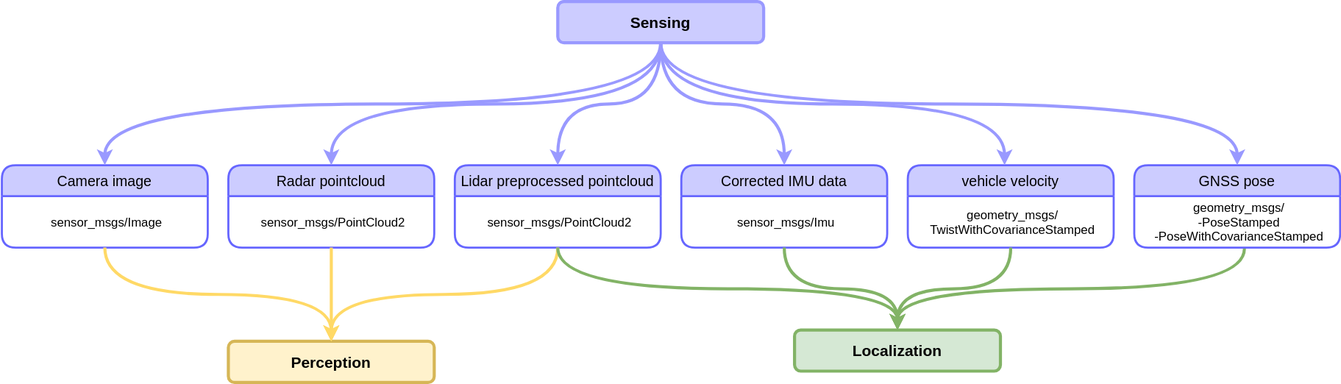
autowarefoundation/autoware-documentation keeps this draw.io diagram as docs/design/autoware-interfaces/components/images/Sensing-Bus-ODD-Architecture.drawio.svg. Above is the earlier version. Source tidied: cells renumbered, new cells last; positions are measured from the earlier drawing's top-left corner, leaving out a move shared by most shapes.
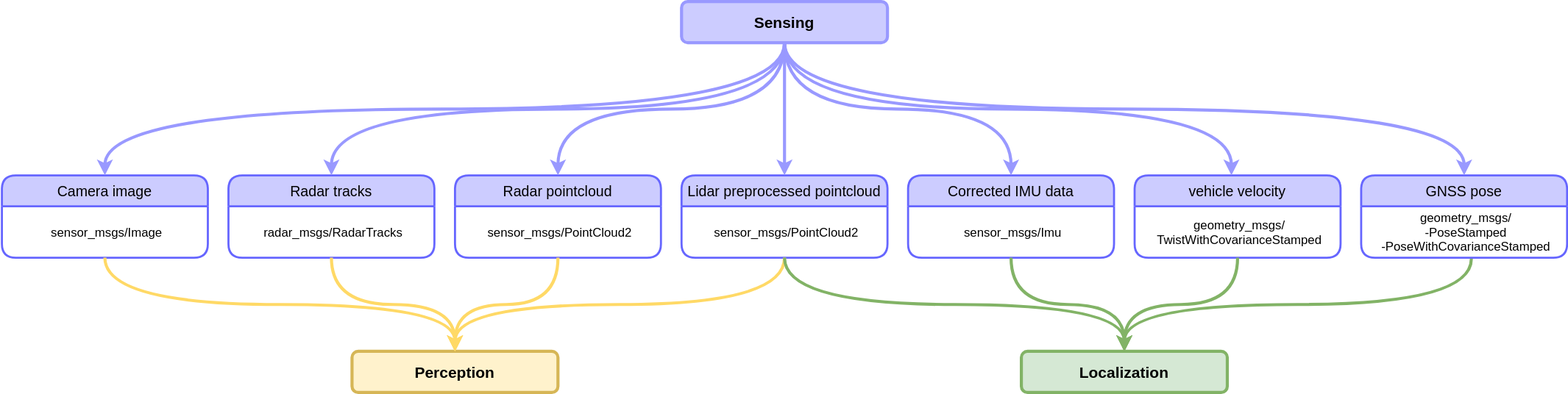
Above is the later version.

Commit message:
docs(design/autoware-interfaces): add radar tracks

What changed in the source:
```diff
@@ -3,7 +3,7 @@
     <mxCell id="0" />
     <mxCell id="1" parent="0" />
     <mxCell id="2" value="Sensing" style="rounded=1;whiteSpace=wrap;html=1;fontSize=15;fontStyle=1;strokeColor=#9999FF;strokeWidth=3;fillColor=#CCCCFF;" parent="1" vertex="1">
-      <mxGeometry x="540" width="200" height="40" as="geometry" />
+      <mxGeometry x="440" y="-10" width="200" height="40" as="geometry" />
     </mxCell>
     <mxCell id="3" value="Lidar preprocessed pointcloud" style="swimlane;horizontal=1;startSize=30;rounded=1;fontSize=14;fontStyle=0;strokeWidth=2;shadow=0;dashed=0;align=center;fillColor=#CCCCFF;strokeColor=#6666FF;" parent="1" vertex="1">
       <mxGeometry x="440" y="159" width="200" height="80" as="geometry" />
@@ -42,10 +42,10 @@
       <mxGeometry relative="1" as="geometry" />
     </mxCell>
     <mxCell id="15" value="Localization" style="rounded=1;whiteSpace=wrap;html=1;strokeColor=#82b366;strokeWidth=3;fillColor=#d5e8d4;fontStyle=1;fontSize=15;" parent="1" vertex="1">
-      <mxGeometry x="770" y="319" width="200" height="40" as="geometry" />
+      <mxGeometry x="770" y="330" width="200" height="40" as="geometry" />
     </mxCell>
     <mxCell id="16" value="Perception" style="rounded=1;whiteSpace=wrap;html=1;fillColor=#fff2cc;strokeColor=#d6b656;fontSize=15;fontStyle=1;strokeWidth=3;" parent="1" vertex="1">
-      <mxGeometry x="220" y="330" width="200" height="40" as="geometry" />
+      <mxGeometry x="120" y="330" width="200" height="40" as="geometry" />
     </mxCell>
     <mxCell id="17" style="edgeStyle=orthogonalEdgeStyle;curved=1;jettySize=auto;html=1;fontSize=15;strokeWidth=3;fillColor=#FFD966;strokeColor=#FFD966;exitX=0.5;exitY=1;exitDx=0;exitDy=0;entryX=0.5;entryY=0;entryDx=0;entryDy=0;" parent="1" edge="1" source="4" target="16">
       <mxGeometry relative="1" as="geometry" />
@@ -59,10 +59,10 @@
     <mxCell id="20" style="edgeStyle=orthogonalEdgeStyle;curved=1;jettySize=auto;html=1;entryX=0.5;entryY=0;entryDx=0;entryDy=0;fontSize=15;strokeWidth=3;fillColor=#d5e8d4;strokeColor=#82b366;exitX=0.5;exitY=1;exitDx=0;exitDy=0;" parent="1" edge="1" source="9" target="15">
       <mxGeometry relative="1" as="geometry" />
     </mxCell>
-    <mxCell id="21" value="Camera image" style="swimlane;horizontal=1;startSize=30;rounded=1;fontSize=14;fontStyle=0;strokeWidth=2;shadow=0;dashed=0;align=center;fillColor=#CCCCFF;strokeColor=#6666FF;" parent="1" vertex="1">
+    <mxCell id="21" value="Radar tracks" style="swimlane;horizontal=1;startSize=30;rounded=1;fontSize=14;fontStyle=0;strokeWidth=2;shadow=0;dashed=0;align=center;fillColor=#CCCCFF;strokeColor=#6666FF;" parent="1" vertex="1">
       <mxGeometry y="159" width="200" height="80" as="geometry" />
     </mxCell>
-    <mxCell id="22" value="sensor_msgs/Image" style="align=center;strokeColor=none;fillColor=none;spacingLeft=4;fontSize=12;verticalAlign=middle;" parent="21" vertex="1">
+    <mxCell id="22" value="radar_msgs/RadarTracks" style="align=center;strokeColor=none;fillColor=none;spacingLeft=4;fontSize=12;verticalAlign=middle;" parent="21" vertex="1">
       <mxGeometry y="30" width="200" height="50" as="geometry" />
     </mxCell>
     <mxCell id="23" style="edgeStyle=orthogonalEdgeStyle;curved=1;jettySize=auto;html=1;entryX=0.5;entryY=0;entryDx=0;entryDy=0;fontSize=15;strokeWidth=3;exitX=0.5;exitY=1;exitDx=0;exitDy=0;fillColor=#b0e3e6;strokeColor=#9999FF;" parent="1" edge="1" source="2" target="21">
@@ -86,5 +86,17 @@
     <mxCell id="29" style="edgeStyle=orthogonalEdgeStyle;curved=1;jettySize=auto;html=1;entryX=0.5;entryY=0;entryDx=0;entryDy=0;fontSize=15;strokeWidth=3;fillColor=#d5e8d4;strokeColor=#82b366;exitX=0.5;exitY=1;exitDx=0;exitDy=0;" parent="1" edge="1" source="4" target="15">
       <mxGeometry relative="1" as="geometry" />
     </mxCell>
+    <mxCell id="30" value="Camera image" style="swimlane;horizontal=1;startSize=30;rounded=1;fontSize=14;fontStyle=0;strokeWidth=2;shadow=0;dashed=0;align=center;fillColor=#CCCCFF;strokeColor=#6666FF;" parent="1" vertex="1">
+      <mxGeometry x="-220" y="159" width="200" height="80" as="geometry" />
+    </mxCell>
+    <mxCell id="31" value="sensor_msgs/Image" style="align=center;strokeColor=none;fillColor=none;spacingLeft=4;fontSize=12;verticalAlign=middle;" parent="30" vertex="1">
+      <mxGeometry y="30" width="200" height="50" as="geometry" />
+    </mxCell>
+    <mxCell id="32" style="edgeStyle=orthogonalEdgeStyle;curved=1;jettySize=auto;html=1;entryX=0.5;entryY=0;entryDx=0;entryDy=0;fontSize=15;strokeWidth=3;exitX=0.5;exitY=1;exitDx=0;exitDy=0;fillColor=#b0e3e6;strokeColor=#9999FF;" parent="1" edge="1" source="2" target="30">
+      <mxGeometry relative="1" as="geometry" />
+    </mxCell>
+    <mxCell id="33" style="edgeStyle=orthogonalEdgeStyle;curved=1;jettySize=auto;html=1;fontSize=15;strokeWidth=3;fillColor=#FFD966;strokeColor=#FFD966;exitX=0.5;exitY=1;exitDx=0;exitDy=0;entryX=0.5;entryY=0;entryDx=0;entryDy=0;" parent="1" edge="1" source="31" target="16">
+      <mxGeometry relative="1" as="geometry" />
+    </mxCell>
   </root>
 </mxGraphModel>
```
